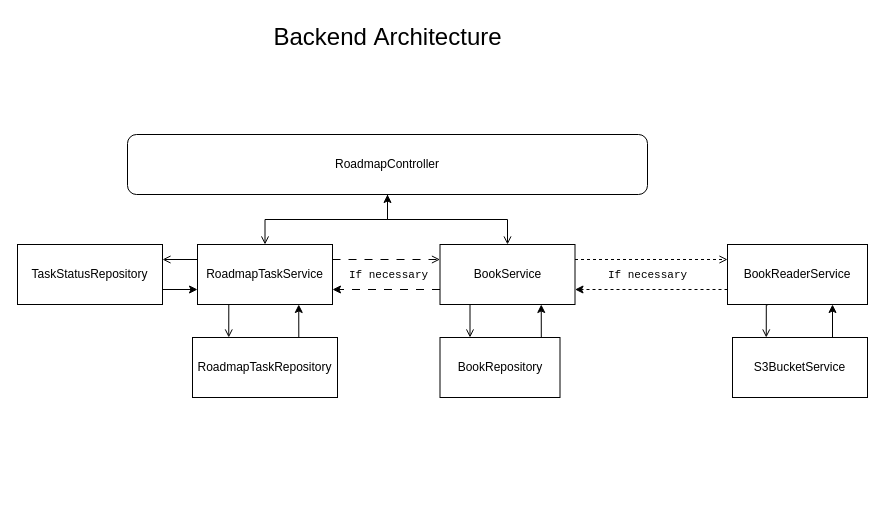
Above: MyBookRoadmapApp.drawio in MelancholicSt/my-diagrams (draw.io), before the change. Source tidied: cells renumbered, new cells numbered last; positions are measured from the earlier drawing's top-left corner, leaving out a move shared by most shapes. Both pictures are drawn from the tidied source at 100%, with x=0, y=0 at pixel (17, 17).
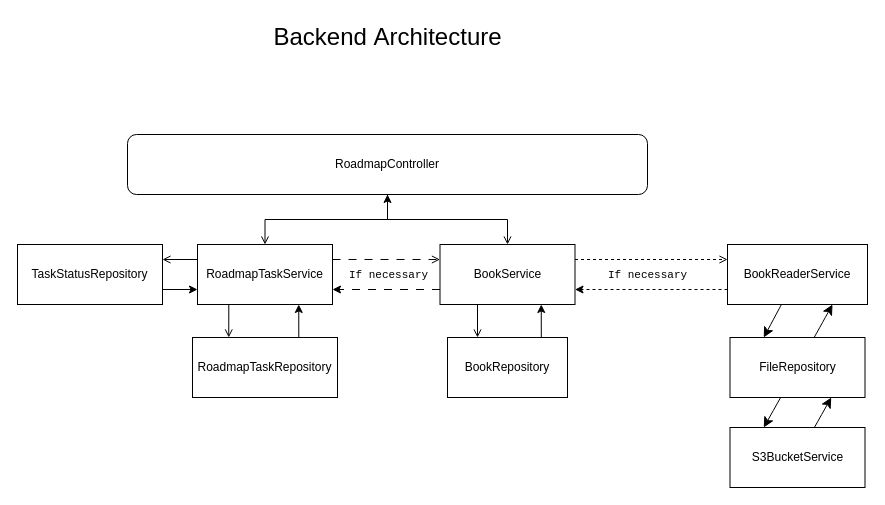
The same diagram, later.

Unchanged cells that the change refers to:
```xml
<mxCell id="13" value="BookReaderService" style="rounded=0;whiteSpace=wrap;html=1;" parent="1" vertex="1">
  <mxGeometry x="710" y="227" width="140" height="60" as="geometry" />
</mxCell>
```

Diff of the diagram source:
```diff
@@
-    <mxCell id="12" style="edgeStyle=orthogonalEdgeStyle;rounded=0;jettySize=auto;html=1;entryX=0.25;entryY=0;entryDx=0;entryDy=0;exitX=0.285;exitY=1.012;exitDx=0;exitDy=0;exitPerimeter=0;endArrow=open;endFill=0;" parent="1" edge="1" source="13" target="15">
-      <mxGeometry relative="1" as="geometry" />
-    </mxCell>
+    <mxCell id="27" style="edgeStyle=none;curved=1;rounded=0;jettySize=auto;html=1;entryX=0.25;entryY=0;entryDx=0;entryDy=0;fontSize=12;startSize=8;endSize=8;" parent="1" edge="1" source="13" target="31">
+      <mxGeometry relative="1" as="geometry" />
+    </mxCell>
@@
-    <mxCell id="14" style="edgeStyle=orthogonalEdgeStyle;rounded=0;jettySize=auto;html=1;entryX=0.75;entryY=1;entryDx=0;entryDy=0;exitX=0.75;exitY=0;exitDx=0;exitDy=0;" parent="1" edge="1" source="15" target="13">
-      <mxGeometry relative="1" as="geometry">
-        <Array as="points">
-          <mxPoint x="815" y="320" />
-        </Array>
-      </mxGeometry>
-    </mxCell>
+    <mxCell id="28" style="edgeStyle=none;curved=1;rounded=0;jettySize=auto;html=1;entryX=0.75;entryY=1;entryDx=0;entryDy=0;fontSize=12;startSize=8;endSize=8;" parent="1" edge="1" source="15" target="31">
+      <mxGeometry relative="1" as="geometry" />
+    </mxCell>
     <mxCell id="15" value="S3BucketService" style="rounded=0;whiteSpace=wrap;html=1;" parent="1" vertex="1">
-      <mxGeometry x="715" y="320" width="135" height="60" as="geometry" />
+      <mxGeometry x="712.5" y="410" width="135" height="60" as="geometry" />
     </mxCell>
@@
     <mxCell id="19" value="BookRepository" style="rounded=0;whiteSpace=wrap;html=1;" parent="1" vertex="1">
-      <mxGeometry x="422.5" y="320" width="120" height="60" as="geometry" />
+      <mxGeometry x="430" y="320" width="120" height="60" as="geometry" />
     </mxCell>
@@
+    <mxCell id="29" style="edgeStyle=none;curved=1;rounded=0;jettySize=auto;html=1;entryX=0.75;entryY=1;entryDx=0;entryDy=0;fontSize=12;startSize=8;endSize=8;" parent="1" edge="1" source="31" target="13">
+      <mxGeometry relative="1" as="geometry" />
+    </mxCell>
+    <mxCell id="30" style="edgeStyle=none;curved=1;rounded=0;jettySize=auto;html=1;entryX=0.25;entryY=0;entryDx=0;entryDy=0;fontSize=12;startSize=8;endSize=8;" parent="1" edge="1" source="31" target="15">
+      <mxGeometry relative="1" as="geometry" />
+    </mxCell>
+    <mxCell id="31" value="FileRepository" style="rounded=0;whiteSpace=wrap;html=1;" parent="1" vertex="1">
+      <mxGeometry x="712.5" y="320" width="135" height="60" as="geometry" />
+    </mxCell>
```
